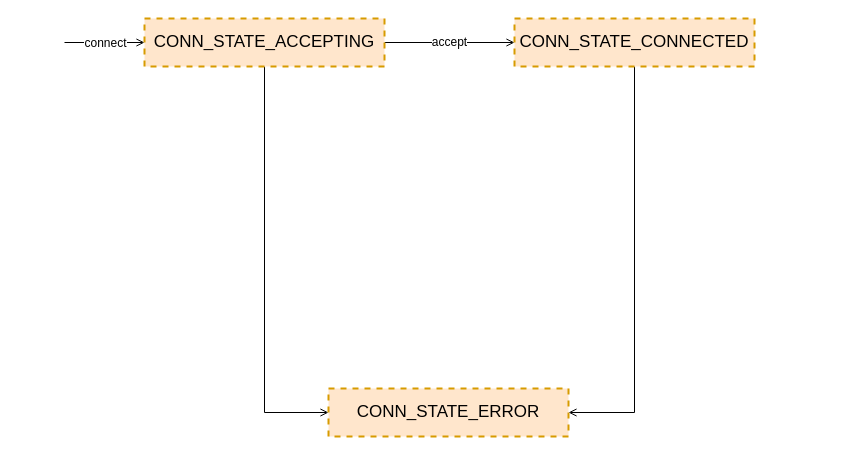
Before: page "connState" (3 of 6) of redis/redis-server.drawio in dovics/draw.io, a draw.io diagram. Source tidied: cells renumbered, new cells numbered last; positions are measured from the earlier drawing's top-left corner, leaving out a move shared by most shapes. Both pictures are drawn from the tidied source at 100%, with x=0, y=0 at pixel (64, 18).
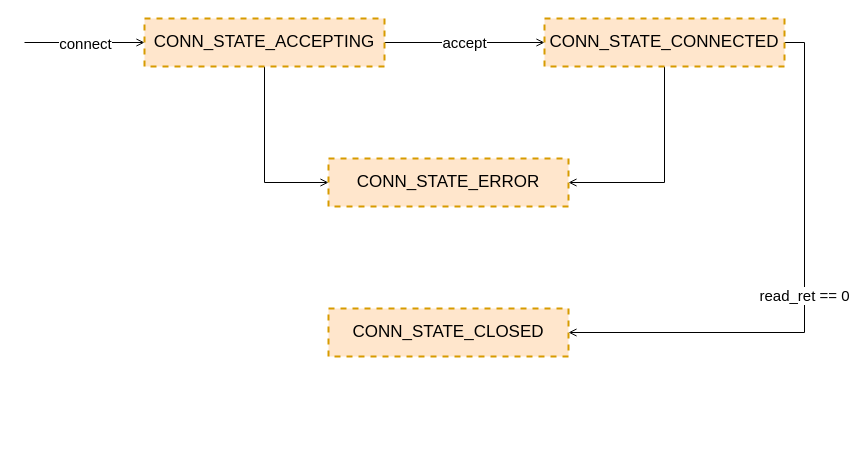
After the change.

What changed in the source:
```diff
@@
 <mxGraphModel>
   <root>
     <mxCell id="0" />
     <mxCell id="1" parent="0" />
-    <mxCell id="2" value="connect" style="edgeStyle=orthogonalEdgeStyle;rounded=0;jettySize=auto;html=1;exitX=0;exitY=0.5;exitDx=0;exitDy=0;fontSize=12;endArrow=none;endFill=0;startArrow=open;startFill=0;" parent="1" edge="1" source="5">
+    <mxCell id="2" value="connect" style="edgeStyle=orthogonalEdgeStyle;rounded=0;jettySize=auto;html=1;exitX=0;exitY=0.5;exitDx=0;exitDy=0;fontSize=15;endArrow=none;endFill=0;startArrow=open;startFill=0;" parent="1" edge="1" source="5">
       <mxGeometry relative="1" as="geometry">
-        <mxPoint y="24" as="targetPoint" />
+        <mxPoint x="-40" y="24" as="targetPoint" />
       </mxGeometry>
     </mxCell>
-    <mxCell id="3" value="accept" style="edgeStyle=orthogonalEdgeStyle;rounded=0;jettySize=auto;html=1;exitX=1;exitY=0.5;exitDx=0;exitDy=0;entryX=0;entryY=0.5;entryDx=0;entryDy=0;fontSize=12;startArrow=none;startFill=0;endArrow=open;endFill=0;" parent="1" edge="1" source="5" target="7">
+    <mxCell id="3" value="accept" style="edgeStyle=orthogonalEdgeStyle;rounded=0;jettySize=auto;html=1;exitX=1;exitY=0.5;exitDx=0;exitDy=0;entryX=0;entryY=0.5;entryDx=0;entryDy=0;fontSize=15;startArrow=none;startFill=0;endArrow=open;endFill=0;" parent="1" edge="1" source="5" target="7">
       <mxGeometry relative="1" as="geometry" />
     </mxCell>
     <mxCell id="4" style="edgeStyle=orthogonalEdgeStyle;rounded=0;jettySize=auto;html=1;exitX=0.5;exitY=1;exitDx=0;exitDy=0;entryX=0;entryY=0.5;entryDx=0;entryDy=0;fontSize=12;startArrow=none;startFill=0;endArrow=open;endFill=0;" parent="1" edge="1" source="5" target="8">
       <mxGeometry relative="1" as="geometry" />
     </mxCell>
     <mxCell id="5" value="CONN_STATE_ACCEPTING" style="rounded=0;whiteSpace=wrap;html=1;strokeWidth=2;fontSize=17;dashed=1;fillColor=#ffe6cc;strokeColor=#d79b00;" parent="1" vertex="1">
       <mxGeometry x="80" width="240" height="48" as="geometry" />
     </mxCell>
     <mxCell id="6" style="edgeStyle=orthogonalEdgeStyle;rounded=0;jettySize=auto;html=1;exitX=0.5;exitY=1;exitDx=0;exitDy=0;entryX=1;entryY=0.5;entryDx=0;entryDy=0;fontSize=12;startArrow=none;startFill=0;endArrow=open;endFill=0;" parent="1" edge="1" source="7" target="8">
       <mxGeometry relative="1" as="geometry" />
     </mxCell>
+    <mxCell id="9" value="read_ret == 0" style="edgeStyle=orthogonalEdgeStyle;rounded=0;jettySize=auto;html=1;exitX=1;exitY=0.5;exitDx=0;exitDy=0;entryX=1;entryY=0.5;entryDx=0;entryDy=0;endArrow=open;endFill=0;fontSize=15;" parent="1" edge="1" source="7" target="10">
+      <mxGeometry relative="1" as="geometry" />
+    </mxCell>
     <mxCell id="7" value="CONN_STATE_CONNECTED" style="rounded=0;whiteSpace=wrap;html=1;strokeWidth=2;fontSize=17;dashed=1;fillColor=#ffe6cc;strokeColor=#d79b00;" parent="1" vertex="1">
-      <mxGeometry x="450" width="240" height="48" as="geometry" />
+      <mxGeometry x="480" width="240" height="48" as="geometry" />
     </mxCell>
     <mxCell id="8" value="CONN_STATE_ERROR" style="rounded=0;whiteSpace=wrap;html=1;strokeWidth=2;fontSize=17;dashed=1;fillColor=#ffe6cc;strokeColor=#d79b00;" parent="1" vertex="1">
-      <mxGeometry x="264" y="370" width="240" height="48" as="geometry" />
+      <mxGeometry x="264" y="140" width="240" height="48" as="geometry" />
     </mxCell>
+    <mxCell id="10" value="CONN_STATE_CLOSED" style="rounded=0;whiteSpace=wrap;html=1;strokeWidth=2;fontSize=17;dashed=1;fillColor=#ffe6cc;strokeColor=#d79b00;" parent="1" vertex="1">
+      <mxGeometry x="264" y="290" width="240" height="48" as="geometry" />
+    </mxCell>
   </root>
 </mxGraphModel>
```
